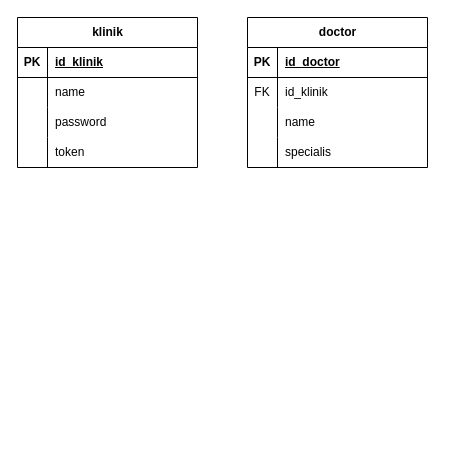
This is erd_klinik.drawio from rrahmatn/dfd_erd_uml, a draw.io file, before an edit. Source tidied: cells renumbered, new cells numbered last; positions are measured from the earlier drawing's top-left corner, leaving out a move shared by most shapes. Both pictures are drawn from the tidied source at 100%, with x=0, y=0 at pixel (17, 17).
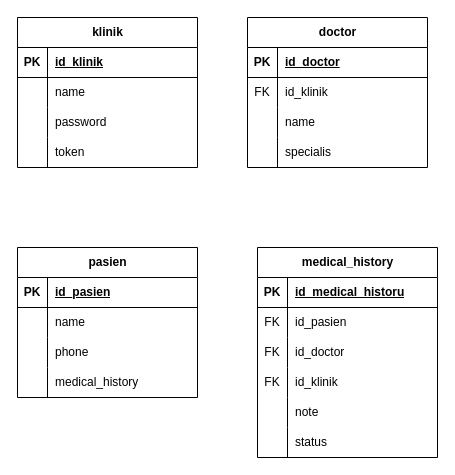
The same page after the edit.

What changed in the source:
```diff
@@
+    <mxCell id="28" value="pasien" style="shape=table;startSize=30;childLayout=tableLayout;rowLines=0;fontStyle=1;align=center;html=1;" parent="1" vertex="1">
+      <mxGeometry y="230" width="180" height="150" as="geometry" />
+    </mxCell>
+    <mxCell id="29" style="shape=tableRow;horizontal=0;startSize=0;swimlaneHead=0;swimlaneBody=0;fillColor=none;top=0;left=0;right=0;bottom=1;" parent="28" vertex="1">
+      <mxGeometry y="30" width="180" height="30" as="geometry" />
+    </mxCell>
+    <mxCell id="30" value="PK" style="shape=partialRectangle;fillColor=none;top=0;left=0;bottom=0;right=0;fontStyle=1;overflow=hidden;whiteSpace=wrap;html=1;" parent="29" vertex="1">
+      <mxGeometry width="30" height="30" as="geometry" />
+    </mxCell>
+    <mxCell id="31" value="id_pasien" style="shape=partialRectangle;fillColor=none;top=0;left=0;bottom=0;right=0;align=left;spacingLeft=6;fontStyle=5;overflow=hidden;whiteSpace=wrap;html=1;" parent="29" vertex="1">
+      <mxGeometry x="30" width="150" height="30" as="geometry" />
+    </mxCell>
+    <mxCell id="32" style="shape=tableRow;horizontal=0;startSize=0;swimlaneHead=0;swimlaneBody=0;fillColor=none;top=0;left=0;right=0;bottom=0;" parent="28" vertex="1">
+      <mxGeometry y="60" width="180" height="30" as="geometry" />
+    </mxCell>
+    <mxCell id="33" style="shape=partialRectangle;fillColor=none;top=0;left=0;bottom=0;right=0;overflow=hidden;whiteSpace=wrap;html=1;" parent="32" vertex="1">
+      <mxGeometry width="30" height="30" as="geometry" />
+    </mxCell>
+    <mxCell id="34" value="name" style="shape=partialRectangle;fillColor=none;top=0;left=0;bottom=0;right=0;align=left;spacingLeft=6;overflow=hidden;whiteSpace=wrap;html=1;" parent="32" vertex="1">
+      <mxGeometry x="30" width="150" height="30" as="geometry" />
+    </mxCell>
+    <mxCell id="35" style="shape=tableRow;horizontal=0;startSize=0;swimlaneHead=0;swimlaneBody=0;fillColor=none;top=0;left=0;right=0;bottom=0;" parent="28" vertex="1">
+      <mxGeometry y="90" width="180" height="30" as="geometry" />
+    </mxCell>
+    <mxCell id="36" style="shape=partialRectangle;fillColor=none;top=0;left=0;bottom=0;right=0;overflow=hidden;whiteSpace=wrap;html=1;" parent="35" vertex="1">
+      <mxGeometry width="30" height="30" as="geometry" />
+    </mxCell>
+    <mxCell id="37" value="phone" style="shape=partialRectangle;fillColor=none;top=0;left=0;bottom=0;right=0;align=left;spacingLeft=6;overflow=hidden;whiteSpace=wrap;html=1;" parent="35" vertex="1">
+      <mxGeometry x="30" width="150" height="30" as="geometry" />
+    </mxCell>
+    <mxCell id="38" style="shape=tableRow;horizontal=0;startSize=0;swimlaneHead=0;swimlaneBody=0;fillColor=none;top=0;left=0;right=0;bottom=0;" parent="28" vertex="1">
+      <mxGeometry y="120" width="180" height="30" as="geometry" />
+    </mxCell>
+    <mxCell id="39" style="shape=partialRectangle;fillColor=none;top=0;left=0;bottom=0;right=0;overflow=hidden;whiteSpace=wrap;html=1;" parent="38" vertex="1">
+      <mxGeometry width="30" height="30" as="geometry" />
+    </mxCell>
+    <mxCell id="40" value="medical_history" style="shape=partialRectangle;fillColor=none;top=0;left=0;bottom=0;right=0;align=left;spacingLeft=6;overflow=hidden;whiteSpace=wrap;html=1;" parent="38" vertex="1">
+      <mxGeometry x="30" width="150" height="30" as="geometry" />
+    </mxCell>
+    <mxCell id="41" value="medical_history" style="shape=table;startSize=30;childLayout=tableLayout;rowLines=0;fontStyle=1;align=center;html=1;" parent="1" vertex="1">
+      <mxGeometry x="240" y="230" width="180" height="210" as="geometry" />
+    </mxCell>
+    <mxCell id="42" style="shape=tableRow;horizontal=0;startSize=0;swimlaneHead=0;swimlaneBody=0;fillColor=none;top=0;left=0;right=0;bottom=1;" parent="41" vertex="1">
+      <mxGeometry y="30" width="180" height="30" as="geometry" />
+    </mxCell>
+    <mxCell id="43" value="PK" style="shape=partialRectangle;fillColor=none;top=0;left=0;bottom=0;right=0;fontStyle=1;overflow=hidden;whiteSpace=wrap;html=1;" parent="42" vertex="1">
+      <mxGeometry width="30" height="30" as="geometry" />
+    </mxCell>
+    <mxCell id="44" value="id_medical_historu" style="shape=partialRectangle;fillColor=none;top=0;left=0;bottom=0;right=0;align=left;spacingLeft=6;fontStyle=5;overflow=hidden;whiteSpace=wrap;html=1;" parent="42" vertex="1">
+      <mxGeometry x="30" width="150" height="30" as="geometry" />
+    </mxCell>
+    <mxCell id="45" style="shape=tableRow;horizontal=0;startSize=0;swimlaneHead=0;swimlaneBody=0;fillColor=none;top=0;left=0;right=0;bottom=0;" parent="41" vertex="1">
+      <mxGeometry y="60" width="180" height="30" as="geometry" />
+    </mxCell>
+    <mxCell id="46" value="FK" style="shape=partialRectangle;fillColor=none;top=0;left=0;bottom=0;right=0;overflow=hidden;whiteSpace=wrap;html=1;" parent="45" vertex="1">
+      <mxGeometry width="30" height="30" as="geometry" />
+    </mxCell>
+    <mxCell id="47" value="id_pasien" style="shape=partialRectangle;fillColor=none;top=0;left=0;bottom=0;right=0;align=left;spacingLeft=6;overflow=hidden;whiteSpace=wrap;html=1;" parent="45" vertex="1">
+      <mxGeometry x="30" width="150" height="30" as="geometry" />
+    </mxCell>
+    <mxCell id="48" style="shape=tableRow;horizontal=0;startSize=0;swimlaneHead=0;swimlaneBody=0;fillColor=none;top=0;left=0;right=0;bottom=0;" parent="41" vertex="1">
+      <mxGeometry y="90" width="180" height="30" as="geometry" />
+    </mxCell>
+    <mxCell id="49" value="FK" style="shape=partialRectangle;fillColor=none;top=0;left=0;bottom=0;right=0;overflow=hidden;whiteSpace=wrap;html=1;" parent="48" vertex="1">
+      <mxGeometry width="30" height="30" as="geometry" />
+    </mxCell>
+    <mxCell id="50" value="id_doctor" style="shape=partialRectangle;fillColor=none;top=0;left=0;bottom=0;right=0;align=left;spacingLeft=6;overflow=hidden;whiteSpace=wrap;html=1;" parent="48" vertex="1">
+      <mxGeometry x="30" width="150" height="30" as="geometry" />
+    </mxCell>
+    <mxCell id="51" style="shape=tableRow;horizontal=0;startSize=0;swimlaneHead=0;swimlaneBody=0;fillColor=none;top=0;left=0;right=0;bottom=0;" parent="41" vertex="1">
+      <mxGeometry y="120" width="180" height="30" as="geometry" />
+    </mxCell>
+    <mxCell id="52" value="FK" style="shape=partialRectangle;fillColor=none;top=0;left=0;bottom=0;right=0;overflow=hidden;whiteSpace=wrap;html=1;" parent="51" vertex="1">
+      <mxGeometry width="30" height="30" as="geometry" />
+    </mxCell>
+    <mxCell id="53" value="id_klinik" style="shape=partialRectangle;fillColor=none;top=0;left=0;bottom=0;right=0;align=left;spacingLeft=6;overflow=hidden;whiteSpace=wrap;html=1;" parent="51" vertex="1">
+      <mxGeometry x="30" width="150" height="30" as="geometry" />
+    </mxCell>
+    <mxCell id="54" style="shape=tableRow;horizontal=0;startSize=0;swimlaneHead=0;swimlaneBody=0;fillColor=none;top=0;left=0;right=0;bottom=0;" parent="41" vertex="1">
+      <mxGeometry y="150" width="180" height="30" as="geometry" />
+    </mxCell>
+    <mxCell id="55" style="shape=partialRectangle;fillColor=none;top=0;left=0;bottom=0;right=0;overflow=hidden;whiteSpace=wrap;html=1;" parent="54" vertex="1">
+      <mxGeometry width="30" height="30" as="geometry" />
+    </mxCell>
+    <mxCell id="56" value="note" style="shape=partialRectangle;fillColor=none;top=0;left=0;bottom=0;right=0;align=left;spacingLeft=6;overflow=hidden;whiteSpace=wrap;html=1;" parent="54" vertex="1">
+      <mxGeometry x="30" width="150" height="30" as="geometry" />
+    </mxCell>
+    <mxCell id="57" style="shape=tableRow;horizontal=0;startSize=0;swimlaneHead=0;swimlaneBody=0;fillColor=none;top=0;left=0;right=0;bottom=0;" parent="41" vertex="1">
+      <mxGeometry y="180" width="180" height="30" as="geometry" />
+    </mxCell>
+    <mxCell id="58" style="shape=partialRectangle;fillColor=none;top=0;left=0;bottom=0;right=0;overflow=hidden;whiteSpace=wrap;html=1;" parent="57" vertex="1">
+      <mxGeometry width="30" height="30" as="geometry" />
+    </mxCell>
+    <mxCell id="59" value="status" style="shape=partialRectangle;fillColor=none;top=0;left=0;bottom=0;right=0;align=left;spacingLeft=6;overflow=hidden;whiteSpace=wrap;html=1;" parent="57" vertex="1">
+      <mxGeometry x="30" width="150" height="30" as="geometry" />
+    </mxCell>
```
